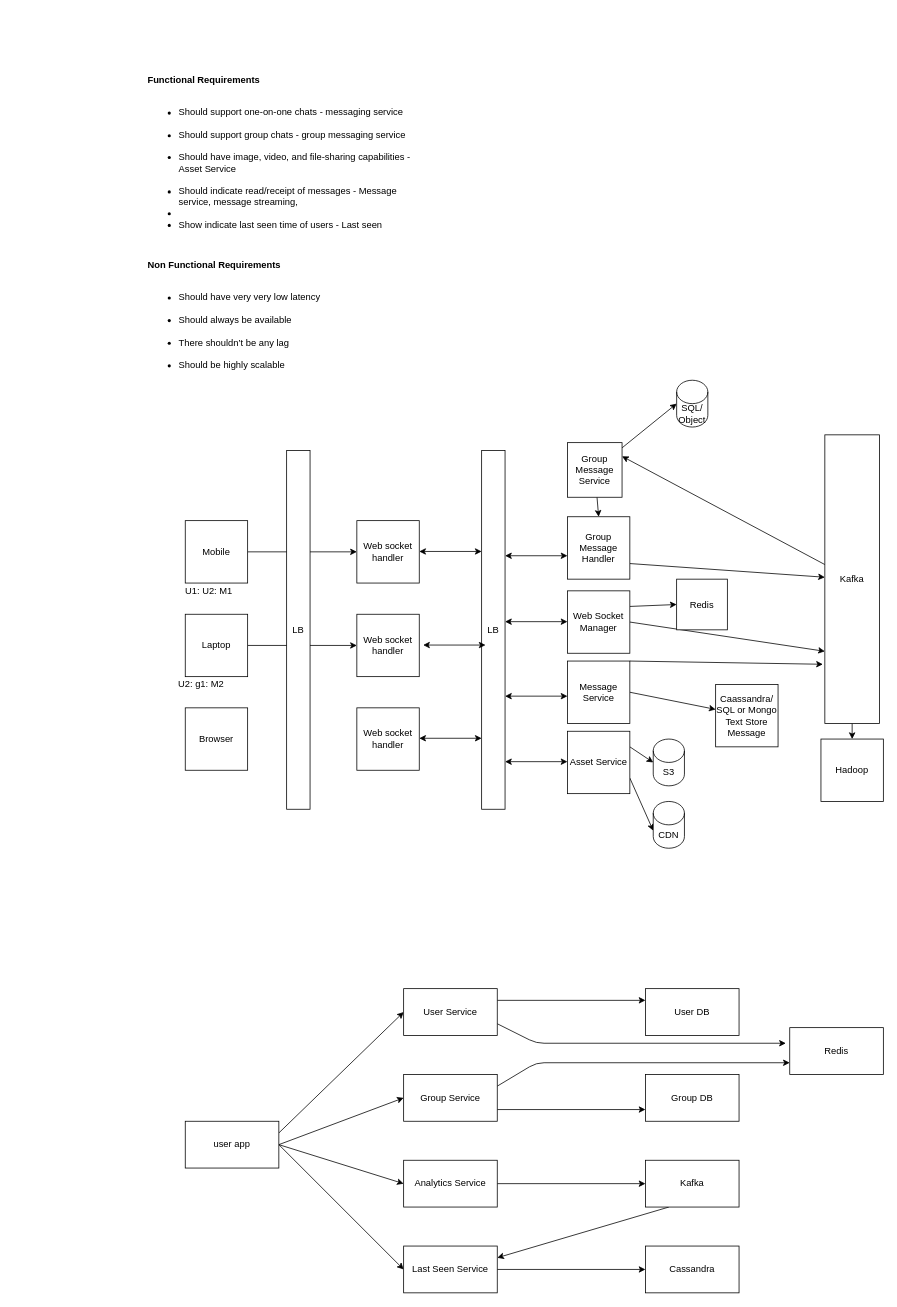
Earlier version of the draw.io diagram system-design/whatsapp.drawio (hazique/design-patterns). Source tidied: cells renumbered, new cells numbered last; positions are measured from the earlier drawing's top-left corner, leaving out a move shared by most shapes. Both pictures are drawn from the tidied source at 78%, with x=0, y=0 at pixel (146, 60).
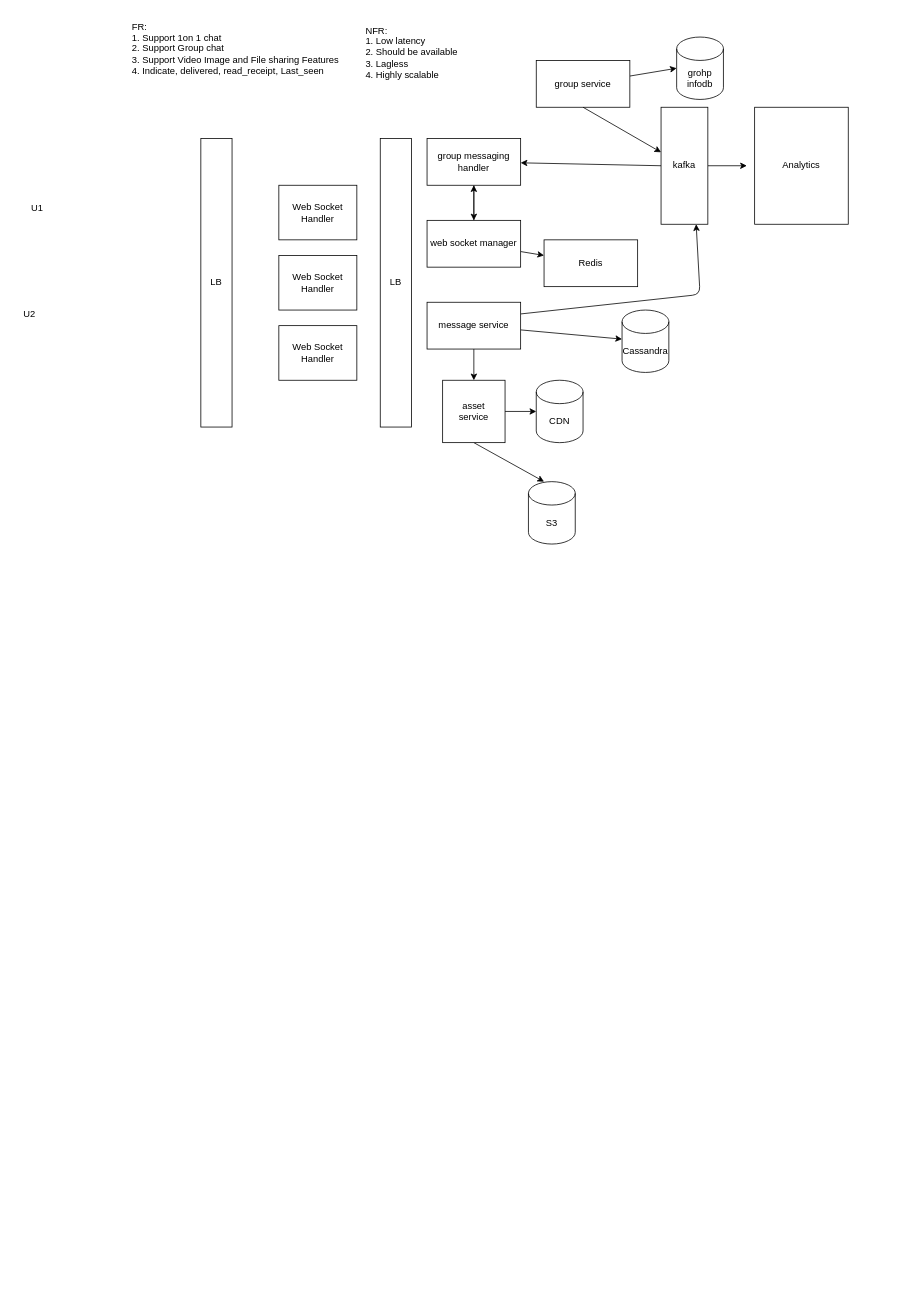
The same page after the edit.

Commit message:
Added system design for whatsapp

The edit, as a diff of the source:
```diff
@@
+    <mxCell id="66" value="FR:&lt;br&gt;1. Support 1on 1 chat&lt;br&gt;2. Support Group chat&lt;br&gt;3. Support Video Image and File sharing Features&lt;br&gt;4. Indicate, delivered, read_receipt, Last_seen&amp;nbsp;" style="text;html=1;align=left;verticalAlign=middle;strokeColor=none;fillColor=none;" parent="1" vertex="1">
+      <mxGeometry x="-20" y="-60" width="290" height="90" as="geometry" />
+    </mxCell>
-    <mxCell id="2" value="&lt;p&gt;&lt;strong&gt;Functional Requirements&lt;/strong&gt;&lt;/p&gt;&lt;ul&gt;&lt;br&gt;&lt;li&gt;Should support one-on-one chats - messaging service&lt;/li&gt;&lt;br&gt;&lt;li&gt;Should support group chats - group messaging service&lt;/li&gt;&lt;br&gt;&lt;li&gt;Should have image, video, and file-sharing capabilities - Asset Service&lt;/li&gt;&lt;br&gt;&lt;li&gt;Should indicate read/receipt of messages - Message service, message streaming,&amp;nbsp;&lt;/li&gt;&lt;li&gt;&lt;br&gt;&lt;/li&gt;&lt;li&gt;Show indicate last seen time of users - Last seen&lt;/li&gt;&lt;/ul&gt;&lt;br&gt;&lt;p&gt;&lt;strong&gt;Non Functional Requirements&lt;/strong&gt;&lt;/p&gt;&lt;ul&gt;&lt;br&gt;&lt;li&gt;Should have very very low latency&lt;/li&gt;&lt;br&gt;&lt;li&gt;Should always be available&lt;/li&gt;&lt;br&gt;&lt;li&gt;There shouldn’t be any lag&lt;/li&gt;&lt;br&gt;&lt;li&gt;Should be highly scalable&lt;/li&gt;&lt;br&gt;&lt;/ul&gt;" style="text;whiteSpace=wrap;html=1;" parent="1" vertex="1">
-      <mxGeometry width="360" height="490" as="geometry" />
+    <mxCell id="2" value="&lt;div style=&quot;text-align: left;&quot;&gt;&lt;span style=&quot;background-color: initial;&quot;&gt;NFR:&lt;/span&gt;&lt;/div&gt;&lt;div style=&quot;text-align: left;&quot;&gt;&lt;span style=&quot;background-color: initial;&quot;&gt;1. Low latency&lt;/span&gt;&lt;/div&gt;&lt;div style=&quot;text-align: left;&quot;&gt;&lt;span style=&quot;background-color: initial;&quot;&gt;2. Should be available&lt;/span&gt;&lt;/div&gt;&lt;div style=&quot;text-align: left;&quot;&gt;&lt;span style=&quot;background-color: initial;&quot;&gt;3. Lagless&lt;/span&gt;&lt;/div&gt;&lt;div style=&quot;text-align: left;&quot;&gt;&lt;span style=&quot;background-color: initial;&quot;&gt;4. Highly scalable&lt;/span&gt;&lt;/div&gt;" style="text;html=1;align=center;verticalAlign=middle;strokeColor=none;fillColor=none;" parent="1" vertex="1">
+      <mxGeometry x="270" y="-55" width="140" height="90" as="geometry" />
     </mxCell>
-    <mxCell id="3" style="edgeStyle=none;html=1;exitX=1;exitY=0.5;exitDx=0;exitDy=0;entryX=0;entryY=0.5;entryDx=0;entryDy=0;" parent="1" edge="1" source="4" target="10">
-      <mxGeometry relative="1" as="geometry" />
-    </mxCell>
-    <mxCell id="4" value="Laptop" style="whiteSpace=wrap;html=1;" parent="1" vertex="1">
-      <mxGeometry x="50" y="710" width="80" height="80" as="geometry" />
-    </mxCell>
-    <mxCell id="5" style="edgeStyle=none;html=1;" parent="1" edge="1" source="6" target="8">
-      <mxGeometry relative="1" as="geometry" />
-    </mxCell>
-    <mxCell id="6" value="Mobile" style="whiteSpace=wrap;html=1;" parent="1" vertex="1">
-      <mxGeometry x="50" y="590" width="80" height="80" as="geometry" />
-    </mxCell>
+    <mxCell id="67" value="Web Socket Handler" style="rounded=0;whiteSpace=wrap;html=1;" parent="1" vertex="1">
+      <mxGeometry x="170" y="160" width="100" height="70" as="geometry" />
+    </mxCell>
-    <mxCell id="7" value="Browser" style="whiteSpace=wrap;html=1;" parent="1" vertex="1">
-      <mxGeometry x="50" y="830" width="80" height="80" as="geometry" />
+    <mxCell id="7" value="Web Socket Handler" style="rounded=0;whiteSpace=wrap;html=1;" parent="1" vertex="1">
+      <mxGeometry x="170" y="340" width="100" height="70" as="geometry" />
     </mxCell>
+    <mxCell id="68" value="Web Socket Handler" style="rounded=0;whiteSpace=wrap;html=1;" parent="1" vertex="1">
+      <mxGeometry x="170" y="250" width="100" height="70" as="geometry" />
+    </mxCell>
+    <mxCell id="69" value="LB" style="rounded=0;whiteSpace=wrap;html=1;" parent="1" vertex="1">
+      <mxGeometry x="70" y="100" width="40" height="370" as="geometry" />
+    </mxCell>
-    <mxCell id="8" value="Web socket handler" style="whiteSpace=wrap;html=1;" parent="1" vertex="1">
-      <mxGeometry x="270" y="590" width="80" height="80" as="geometry" />
+    <mxCell id="8" value="U1" style="text;html=1;align=center;verticalAlign=middle;points=[];strokeColor=none;fillColor=none;" parent="1" vertex="1">
+      <mxGeometry x="-160" y="175" width="40" height="30" as="geometry" />
     </mxCell>
-    <mxCell id="9" value="Web socket handler" style="whiteSpace=wrap;html=1;" parent="1" vertex="1">
-      <mxGeometry x="270" y="830" width="80" height="80" as="geometry" />
+    <mxCell id="9" value="U2" style="text;html=1;align=center;verticalAlign=middle;strokeColor=none;fillColor=none;" parent="1" vertex="1">
+      <mxGeometry x="-170" y="310" width="40" height="30" as="geometry" />
     </mxCell>
+    <mxCell id="17" style="edgeStyle=none;html=1;" parent="1" edge="1" source="10" target="16">
+      <mxGeometry relative="1" as="geometry" />
+    </mxCell>
+    <mxCell id="23" style="edgeStyle=none;html=1;entryX=0.5;entryY=1;entryDx=0;entryDy=0;" parent="1" edge="1" source="10" target="22">
+      <mxGeometry relative="1" as="geometry" />
+    </mxCell>
-    <mxCell id="10" value="Web socket handler" style="whiteSpace=wrap;html=1;" parent="1" vertex="1">
-      <mxGeometry x="270" y="710" width="80" height="80" as="geometry" />
+    <mxCell id="10" value="web socket manager" style="rounded=0;whiteSpace=wrap;html=1;" parent="1" vertex="1">
+      <mxGeometry x="360" y="205" width="120" height="60" as="geometry" />
     </mxCell>
-    <mxCell id="11" value="LB" style="rounded=0;whiteSpace=wrap;html=1;" parent="1" vertex="1">
-      <mxGeometry x="180" y="500" width="30" height="460" as="geometry" />
-    </mxCell>
-    <mxCell id="12" value="LB" style="rounded=0;whiteSpace=wrap;html=1;" parent="1" vertex="1">
-      <mxGeometry x="430" y="500" width="30" height="460" as="geometry" />
-    </mxCell>
+    <mxCell id="16" value="Redis" style="rounded=0;whiteSpace=wrap;html=1;" parent="1" vertex="1">
+      <mxGeometry x="510" y="230" width="120" height="60" as="geometry" />
+    </mxCell>
+    <mxCell id="70" style="edgeStyle=none;html=1;" parent="1" edge="1" source="19" target="64">
+      <mxGeometry relative="1" as="geometry" />
+    </mxCell>
+    <mxCell id="25" style="edgeStyle=none;html=1;exitX=1;exitY=0.25;exitDx=0;exitDy=0;entryX=0.75;entryY=1;entryDx=0;entryDy=0;" parent="1" edge="1" source="19" target="24">
+      <mxGeometry relative="1" as="geometry">
+        <Array as="points">
+          <mxPoint x="710" y="300" />
+        </Array>
+      </mxGeometry>
+    </mxCell>
+    <mxCell id="71" style="edgeStyle=none;html=1;exitX=0.5;exitY=1;exitDx=0;exitDy=0;" parent="1" edge="1" source="19" target="74">
+      <mxGeometry relative="1" as="geometry" />
+    </mxCell>
+    <mxCell id="19" value="message service" style="rounded=0;whiteSpace=wrap;html=1;" parent="1" vertex="1">
+      <mxGeometry x="360" y="310" width="120" height="60" as="geometry" />
+    </mxCell>
+    <mxCell id="30" style="edgeStyle=none;html=1;entryX=0.5;entryY=0;entryDx=0;entryDy=0;" parent="1" edge="1" source="22" target="10">
+      <mxGeometry relative="1" as="geometry" />
+    </mxCell>
+    <mxCell id="22" value="group messaging handler" style="rounded=0;whiteSpace=wrap;html=1;" parent="1" vertex="1">
+      <mxGeometry x="360" y="100" width="120" height="60" as="geometry" />
+    </mxCell>
-    <mxCell id="13" style="edgeStyle=none;html=1;exitX=1;exitY=0.5;exitDx=0;exitDy=0;" parent="1" edge="1" source="36" target="23">
-      <mxGeometry relative="1" as="geometry" />
+    <mxCell id="13" value="LB" style="rounded=0;whiteSpace=wrap;html=1;" parent="1" vertex="1">
+      <mxGeometry x="300" y="100" width="40" height="370" as="geometry" />
     </mxCell>
+    <mxCell id="31" style="edgeStyle=none;html=1;" parent="1" edge="1" source="72">
+      <mxGeometry relative="1" as="geometry">
+        <mxPoint x="680" y="10" as="targetPoint" />
+      </mxGeometry>
+    </mxCell>
+    <mxCell id="72" value="group service" style="rounded=0;whiteSpace=wrap;html=1;" parent="1" vertex="1">
+      <mxGeometry x="500" width="120" height="60" as="geometry" />
+    </mxCell>
+    <mxCell id="64" value="Cassandra" style="shape=cylinder3;whiteSpace=wrap;html=1;boundedLbl=1;backgroundOutline=1;size=15;" parent="1" vertex="1">
+      <mxGeometry x="610" y="320" width="60" height="80" as="geometry" />
+    </mxCell>
+    <mxCell id="73" style="edgeStyle=none;html=1;" parent="1" edge="1" source="74" target="75">
+      <mxGeometry relative="1" as="geometry" />
+    </mxCell>
+    <mxCell id="21" style="edgeStyle=none;html=1;exitX=0.5;exitY=1;exitDx=0;exitDy=0;" parent="1" edge="1" source="74">
+      <mxGeometry relative="1" as="geometry">
+        <mxPoint x="510" y="540" as="targetPoint" />
+      </mxGeometry>
+    </mxCell>
+    <mxCell id="74" value="asset&lt;br&gt;service" style="whiteSpace=wrap;html=1;" parent="1" vertex="1">
+      <mxGeometry x="380" y="410" width="80" height="80" as="geometry" />
+    </mxCell>
+    <mxCell id="75" value="CDN" style="shape=cylinder3;whiteSpace=wrap;html=1;boundedLbl=1;backgroundOutline=1;size=15;" parent="1" vertex="1">
+      <mxGeometry x="500" y="410" width="60" height="80" as="geometry" />
+    </mxCell>
-    <mxCell id="14" style="edgeStyle=none;html=1;exitX=1;exitY=0.5;exitDx=0;exitDy=0;entryX=0;entryY=0.75;entryDx=0;entryDy=0;" parent="1" edge="1" source="16" target="28">
+    <mxCell id="14" style="edgeStyle=none;html=1;exitX=0.5;exitY=1;exitDx=0;exitDy=0;" parent="1" edge="1" source="72" target="24">
       <mxGeometry relative="1" as="geometry" />
     </mxCell>
-    <mxCell id="15" style="edgeStyle=none;html=1;exitX=1;exitY=0.25;exitDx=0;exitDy=0;entryX=0;entryY=0.5;entryDx=0;entryDy=0;" parent="1" edge="1" source="16" target="43">
-      <mxGeometry relative="1" as="geometry" />
-    </mxCell>
-    <mxCell id="16" value="Web Socket Manager" style="whiteSpace=wrap;html=1;" parent="1" vertex="1">
-      <mxGeometry x="540" y="680" width="80" height="80" as="geometry" />
-    </mxCell>
-    <mxCell id="17" value="U1: U2: M1" style="text;html=1;align=center;verticalAlign=middle;strokeColor=none;fillColor=none;" parent="1" vertex="1">
-      <mxGeometry x="40" y="665" width="80" height="30" as="geometry" />
-    </mxCell>
+    <mxCell id="33" style="edgeStyle=none;html=1;" parent="1" edge="1" source="24">
+      <mxGeometry relative="1" as="geometry">
+        <mxPoint x="770" y="135" as="targetPoint" />
+      </mxGeometry>
+    </mxCell>
+    <mxCell id="29" style="edgeStyle=none;html=1;exitX=0;exitY=0.5;exitDx=0;exitDy=0;" parent="1" edge="1" source="24" target="22">
+      <mxGeometry relative="1" as="geometry" />
+    </mxCell>
+    <mxCell id="24" value="kafka" style="rounded=0;whiteSpace=wrap;html=1;" parent="1" vertex="1">
+      <mxGeometry x="660" y="60" width="60" height="150" as="geometry" />
+    </mxCell>
-    <mxCell id="18" style="edgeStyle=none;html=1;exitX=1;exitY=0.75;exitDx=0;exitDy=0;" parent="1" edge="1" source="19" target="28">
-      <mxGeometry relative="1" as="geometry" />
+    <mxCell id="18" value="S3" style="shape=cylinder3;whiteSpace=wrap;html=1;boundedLbl=1;backgroundOutline=1;size=15;" parent="1" vertex="1">
+      <mxGeometry x="490" y="540" width="60" height="80" as="geometry" />
     </mxCell>
-    <mxCell id="19" value="Group Message Handler" style="whiteSpace=wrap;html=1;" parent="1" vertex="1">
-      <mxGeometry x="540" y="585" width="80" height="80" as="geometry" />
-    </mxCell>
-    <mxCell id="20" style="edgeStyle=none;html=1;exitX=1;exitY=0.25;exitDx=0;exitDy=0;entryX=0;entryY=0.5;entryDx=0;entryDy=0;entryPerimeter=0;" parent="1" edge="1" source="22" target="24">
-      <mxGeometry relative="1" as="geometry" />
-    </mxCell>
-    <mxCell id="21" style="edgeStyle=none;html=1;exitX=1;exitY=0.75;exitDx=0;exitDy=0;entryX=0;entryY=0;entryDx=0;entryDy=37.5;entryPerimeter=0;" parent="1" edge="1" source="22" target="25">
-      <mxGeometry relative="1" as="geometry" />
-    </mxCell>
-    <mxCell id="22" value="Asset Service" style="whiteSpace=wrap;html=1;" parent="1" vertex="1">
-      <mxGeometry x="540" y="860" width="80" height="80" as="geometry" />
-    </mxCell>
-    <mxCell id="23" value="Caassandra/ SQL or Mongo&lt;br&gt;Text Store Message" style="whiteSpace=wrap;html=1;" parent="1" vertex="1">
-      <mxGeometry x="730" y="800" width="80" height="80" as="geometry" />
-    </mxCell>
-    <mxCell id="24" value="S3" style="shape=cylinder3;whiteSpace=wrap;html=1;boundedLbl=1;backgroundOutline=1;size=15;" parent="1" vertex="1">
-      <mxGeometry x="650" y="870" width="40" height="60" as="geometry" />
-    </mxCell>
-    <mxCell id="25" value="CDN" style="shape=cylinder3;whiteSpace=wrap;html=1;boundedLbl=1;backgroundOutline=1;size=15;" parent="1" vertex="1">
-      <mxGeometry x="650" y="950" width="40" height="60" as="geometry" />
-    </mxCell>
+    <mxCell id="3" value="grohp infodb" style="shape=cylinder3;whiteSpace=wrap;html=1;boundedLbl=1;backgroundOutline=1;size=15;" parent="1" vertex="1">
+      <mxGeometry x="680" y="-30" width="60" height="80" as="geometry" />
+    </mxCell>
-    <mxCell id="26" style="edgeStyle=none;html=1;entryX=1;entryY=0.25;entryDx=0;entryDy=0;" parent="1" edge="1" source="28" target="31">
-      <mxGeometry relative="1" as="geometry" />
+    <mxCell id="26" value="Analytics" style="rounded=0;whiteSpace=wrap;html=1;" parent="1" vertex="1">
+      <mxGeometry x="780" y="60" width="120" height="150" as="geometry" />
     </mxCell>
-    <mxCell id="27" style="edgeStyle=none;html=1;" parent="1" edge="1" source="28" target="34">
-      <mxGeometry relative="1" as="geometry" />
-    </mxCell>
-    <mxCell id="28" value="Kafka" style="rounded=0;whiteSpace=wrap;html=1;" parent="1" vertex="1">
-      <mxGeometry x="870" y="480" width="70" height="370" as="geometry" />
-    </mxCell>
-    <mxCell id="29" style="edgeStyle=none;html=1;entryX=0;entryY=0.5;entryDx=0;entryDy=0;entryPerimeter=0;" parent="1" edge="1" source="31" target="33">
-      <mxGeometry relative="1" as="geometry" />
-    </mxCell>
-    <mxCell id="30" style="edgeStyle=none;html=1;entryX=0.5;entryY=0;entryDx=0;entryDy=0;" parent="1" edge="1" source="31" target="19">
-      <mxGeometry relative="1" as="geometry" />
-    </mxCell>
-    <mxCell id="31" value="Group Message Service" style="whiteSpace=wrap;html=1;" parent="1" vertex="1">
-      <mxGeometry x="540" y="490" width="70" height="70" as="geometry" />
-    </mxCell>
-    <mxCell id="32" value="U2: g1: M2" style="text;html=1;align=center;verticalAlign=middle;strokeColor=none;fillColor=none;" parent="1" vertex="1">
-      <mxGeometry x="30" y="785" width="80" height="30" as="geometry" />
-    </mxCell>
-    <mxCell id="33" value="SQL/ Object" style="shape=cylinder3;whiteSpace=wrap;html=1;boundedLbl=1;backgroundOutline=1;size=15;" parent="1" vertex="1">
-      <mxGeometry x="680" y="410" width="40" height="60" as="geometry" />
-    </mxCell>
-    <mxCell id="34" value="Hadoop" style="whiteSpace=wrap;html=1;" parent="1" vertex="1">
-      <mxGeometry x="865" y="870" width="80" height="80" as="geometry" />
-    </mxCell>
-    <mxCell id="35" style="edgeStyle=none;html=1;exitX=1;exitY=0;exitDx=0;exitDy=0;entryX=-0.036;entryY=0.795;entryDx=0;entryDy=0;entryPerimeter=0;" parent="1" edge="1" source="36" target="28">
-      <mxGeometry relative="1" as="geometry" />
-    </mxCell>
-    <mxCell id="36" value="Message Service" style="whiteSpace=wrap;html=1;" parent="1" vertex="1">
-      <mxGeometry x="540" y="770" width="80" height="80" as="geometry" />
-    </mxCell>
-    <mxCell id="37" style="endArrow=classic;startArrow=classic;html=1;entryX=0;entryY=0.625;entryDx=0;entryDy=0;entryPerimeter=0;" parent="1" edge="1" target="19">
-      <mxGeometry relative="1" as="geometry">
-        <mxPoint x="460" y="635" as="sourcePoint" />
-      </mxGeometry>
-    </mxCell>
-    <mxCell id="38" style="endArrow=classic;startArrow=classic;html=1;entryX=0;entryY=0.625;entryDx=0;entryDy=0;entryPerimeter=0;" parent="1" edge="1">
-      <mxGeometry relative="1" as="geometry">
-        <mxPoint x="460" y="899" as="sourcePoint" />
-        <mxPoint x="540" y="899" as="targetPoint" />
-      </mxGeometry>
-    </mxCell>
-    <mxCell id="39" style="endArrow=classic;startArrow=classic;html=1;entryX=0;entryY=0.625;entryDx=0;entryDy=0;entryPerimeter=0;" parent="1" edge="1">
-      <mxGeometry relative="1" as="geometry">
-        <mxPoint x="460" y="719.5" as="sourcePoint" />
-        <mxPoint x="540" y="719.5" as="targetPoint" />
-      </mxGeometry>
-    </mxCell>
-    <mxCell id="40" style="endArrow=classic;startArrow=classic;html=1;entryX=0;entryY=0.625;entryDx=0;entryDy=0;entryPerimeter=0;" parent="1" edge="1">
-      <mxGeometry relative="1" as="geometry">
-        <mxPoint x="350" y="629.5" as="sourcePoint" />
-        <mxPoint x="430" y="629.5" as="targetPoint" />
-      </mxGeometry>
-    </mxCell>
-    <mxCell id="41" style="endArrow=classic;startArrow=classic;html=1;entryX=0;entryY=0.625;entryDx=0;entryDy=0;entryPerimeter=0;" parent="1" edge="1">
-      <mxGeometry relative="1" as="geometry">
-        <mxPoint x="355" y="749.5" as="sourcePoint" />
-        <mxPoint x="435" y="749.5" as="targetPoint" />
-      </mxGeometry>
-    </mxCell>
-    <mxCell id="42" style="endArrow=classic;startArrow=classic;html=1;entryX=0;entryY=0.625;entryDx=0;entryDy=0;entryPerimeter=0;" parent="1" edge="1">
-      <mxGeometry relative="1" as="geometry">
-        <mxPoint x="350" y="869" as="sourcePoint" />
-        <mxPoint x="430" y="869" as="targetPoint" />
-      </mxGeometry>
-    </mxCell>
-    <mxCell id="43" value="Redis" style="whiteSpace=wrap;html=1;" parent="1" vertex="1">
-      <mxGeometry x="680" y="665" width="65" height="65" as="geometry" />
-    </mxCell>
-    <mxCell id="44" style="endArrow=classic;startArrow=classic;html=1;entryX=0;entryY=0.625;entryDx=0;entryDy=0;entryPerimeter=0;" parent="1" edge="1">
-      <mxGeometry relative="1" as="geometry">
-        <mxPoint x="460" y="815" as="sourcePoint" />
-        <mxPoint x="540" y="815" as="targetPoint" />
-      </mxGeometry>
-    </mxCell>
-    <mxCell id="45" style="edgeStyle=none;html=1;exitX=1;exitY=0.25;exitDx=0;exitDy=0;entryX=0;entryY=0.5;entryDx=0;entryDy=0;" parent="1" edge="1" source="49" target="57">
-      <mxGeometry relative="1" as="geometry" />
-    </mxCell>
-    <mxCell id="46" style="edgeStyle=none;html=1;exitX=1;exitY=0.5;exitDx=0;exitDy=0;entryX=0;entryY=0.5;entryDx=0;entryDy=0;" parent="1" edge="1" source="49" target="54">
-      <mxGeometry relative="1" as="geometry" />
-    </mxCell>
-    <mxCell id="47" style="edgeStyle=none;html=1;exitX=1;exitY=0.5;exitDx=0;exitDy=0;entryX=0;entryY=0.5;entryDx=0;entryDy=0;" parent="1" edge="1" source="49" target="51">
-      <mxGeometry relative="1" as="geometry" />
-    </mxCell>
-    <mxCell id="48" style="edgeStyle=none;html=1;exitX=1;exitY=0.5;exitDx=0;exitDy=0;entryX=0;entryY=0.5;entryDx=0;entryDy=0;" parent="1" edge="1" source="49" target="59">
-      <mxGeometry relative="1" as="geometry" />
-    </mxCell>
-    <mxCell id="49" value="user app" style="rounded=0;whiteSpace=wrap;html=1;" parent="1" vertex="1">
-      <mxGeometry x="50" y="1360" width="120" height="60" as="geometry" />
-    </mxCell>
-    <mxCell id="50" style="edgeStyle=none;html=1;entryX=0;entryY=0.5;entryDx=0;entryDy=0;" parent="1" edge="1" source="51" target="63">
-      <mxGeometry relative="1" as="geometry" />
-    </mxCell>
-    <mxCell id="51" value="Analytics Service" style="rounded=0;whiteSpace=wrap;html=1;" parent="1" vertex="1">
-      <mxGeometry x="330" y="1410" width="120" height="60" as="geometry" />
-    </mxCell>
-    <mxCell id="52" style="edgeStyle=none;html=1;exitX=1;exitY=0.75;exitDx=0;exitDy=0;entryX=0;entryY=0.75;entryDx=0;entryDy=0;" parent="1" edge="1" source="54" target="61">
-      <mxGeometry relative="1" as="geometry" />
-    </mxCell>
-    <mxCell id="53" style="edgeStyle=none;html=1;exitX=1;exitY=0.25;exitDx=0;exitDy=0;entryX=0;entryY=0.75;entryDx=0;entryDy=0;" parent="1" edge="1" source="54" target="65">
-      <mxGeometry relative="1" as="geometry">
-        <Array as="points">
-          <mxPoint x="500" y="1285" />
-        </Array>
-      </mxGeometry>
-    </mxCell>
-    <mxCell id="54" value="Group Service" style="rounded=0;whiteSpace=wrap;html=1;" parent="1" vertex="1">
-      <mxGeometry x="330" y="1300" width="120" height="60" as="geometry" />
-    </mxCell>
-    <mxCell id="55" style="edgeStyle=none;html=1;exitX=1;exitY=0.25;exitDx=0;exitDy=0;entryX=0;entryY=0.25;entryDx=0;entryDy=0;" parent="1" edge="1" source="57" target="60">
-      <mxGeometry relative="1" as="geometry" />
-    </mxCell>
-    <mxCell id="56" style="edgeStyle=none;html=1;exitX=1;exitY=0.75;exitDx=0;exitDy=0;" parent="1" edge="1" source="57">
-      <mxGeometry relative="1" as="geometry">
-        <mxPoint x="820" y="1260" as="targetPoint" />
-        <Array as="points">
-          <mxPoint x="500" y="1260" />
-        </Array>
-      </mxGeometry>
-    </mxCell>
-    <mxCell id="57" value="User Service" style="rounded=0;whiteSpace=wrap;html=1;" parent="1" vertex="1">
-      <mxGeometry x="330" y="1190" width="120" height="60" as="geometry" />
-    </mxCell>
-    <mxCell id="58" style="edgeStyle=none;html=1;exitX=1;exitY=0.5;exitDx=0;exitDy=0;entryX=0;entryY=0.5;entryDx=0;entryDy=0;" parent="1" edge="1" source="59" target="64">
-      <mxGeometry relative="1" as="geometry" />
-    </mxCell>
-    <mxCell id="59" value="Last Seen Service" style="rounded=0;whiteSpace=wrap;html=1;" parent="1" vertex="1">
-      <mxGeometry x="330" y="1520" width="120" height="60" as="geometry" />
-    </mxCell>
-    <mxCell id="60" value="User DB" style="rounded=0;whiteSpace=wrap;html=1;" parent="1" vertex="1">
-      <mxGeometry x="640" y="1190" width="120" height="60" as="geometry" />
-    </mxCell>
-    <mxCell id="61" value="Group DB" style="rounded=0;whiteSpace=wrap;html=1;" parent="1" vertex="1">
-      <mxGeometry x="640" y="1300" width="120" height="60" as="geometry" />
-    </mxCell>
-    <mxCell id="62" style="edgeStyle=none;html=1;exitX=0.25;exitY=1;exitDx=0;exitDy=0;entryX=1;entryY=0.25;entryDx=0;entryDy=0;" parent="1" edge="1" source="63" target="59">
-      <mxGeometry relative="1" as="geometry" />
-    </mxCell>
-    <mxCell id="63" value="Kafka" style="rounded=0;whiteSpace=wrap;html=1;" parent="1" vertex="1">
-      <mxGeometry x="640" y="1410" width="120" height="60" as="geometry" />
-    </mxCell>
-    <mxCell id="64" value="Cassandra" style="rounded=0;whiteSpace=wrap;html=1;" parent="1" vertex="1">
-      <mxGeometry x="640" y="1520" width="120" height="60" as="geometry" />
-    </mxCell>
-    <mxCell id="65" value="Redis" style="rounded=0;whiteSpace=wrap;html=1;" parent="1" vertex="1">
-      <mxGeometry x="825" y="1240" width="120" height="60" as="geometry" />
-    </mxCell>
```
